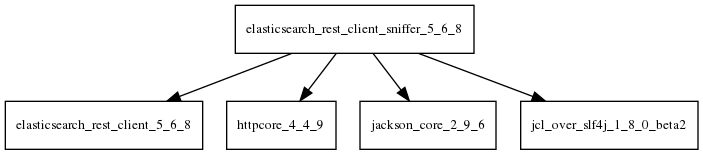
The Graphviz diagram tattleTaleReport/graphviz/elasticsearch-rest-client-sniffer-5.6.8.jar/elasticsearch-rest-client-sniffer-5.6.8.jar.png in sjvs/cia, before a commit. Its source is kept beside it as tattleTaleReport/graphviz/elasticsearch-rest-client-sniffer-5.6.8.jar/elasticsearch-rest-client-sniffer-5.6.8.jar.dot. Source of this version:
```dot
digraph elasticsearch_rest_client_sniffer_5_6_8_dependencies {
  node [shape = box, fontsize=10.0];
  elasticsearch_rest_client_sniffer_5_6_8 -> elasticsearch_rest_client_5_6_8;
  elasticsearch_rest_client_sniffer_5_6_8 -> httpcore_4_4_9;
  elasticsearch_rest_client_sniffer_5_6_8 -> jackson_core_2_9_6;
  elasticsearch_rest_client_sniffer_5_6_8 -> jcl_over_slf4j_1_8_0_beta2;
}
```
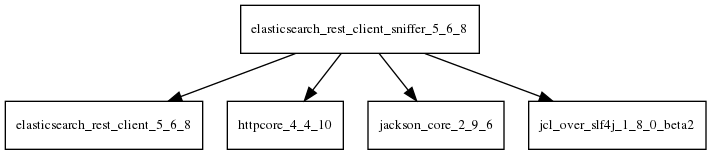
Later version of the same file.

Diff of the diagram source:
```diff
@@ -1,7 +1,7 @@
 digraph elasticsearch_rest_client_sniffer_5_6_8_dependencies {
   node [shape = box, fontsize=10.0];
   elasticsearch_rest_client_sniffer_5_6_8 -> elasticsearch_rest_client_5_6_8;
-  elasticsearch_rest_client_sniffer_5_6_8 -> httpcore_4_4_9;
+  elasticsearch_rest_client_sniffer_5_6_8 -> httpcore_4_4_10;
   elasticsearch_rest_client_sniffer_5_6_8 -> jackson_core_2_9_6;
   elasticsearch_rest_client_sniffer_5_6_8 -> jcl_over_slf4j_1_8_0_beta2;
 }
```
